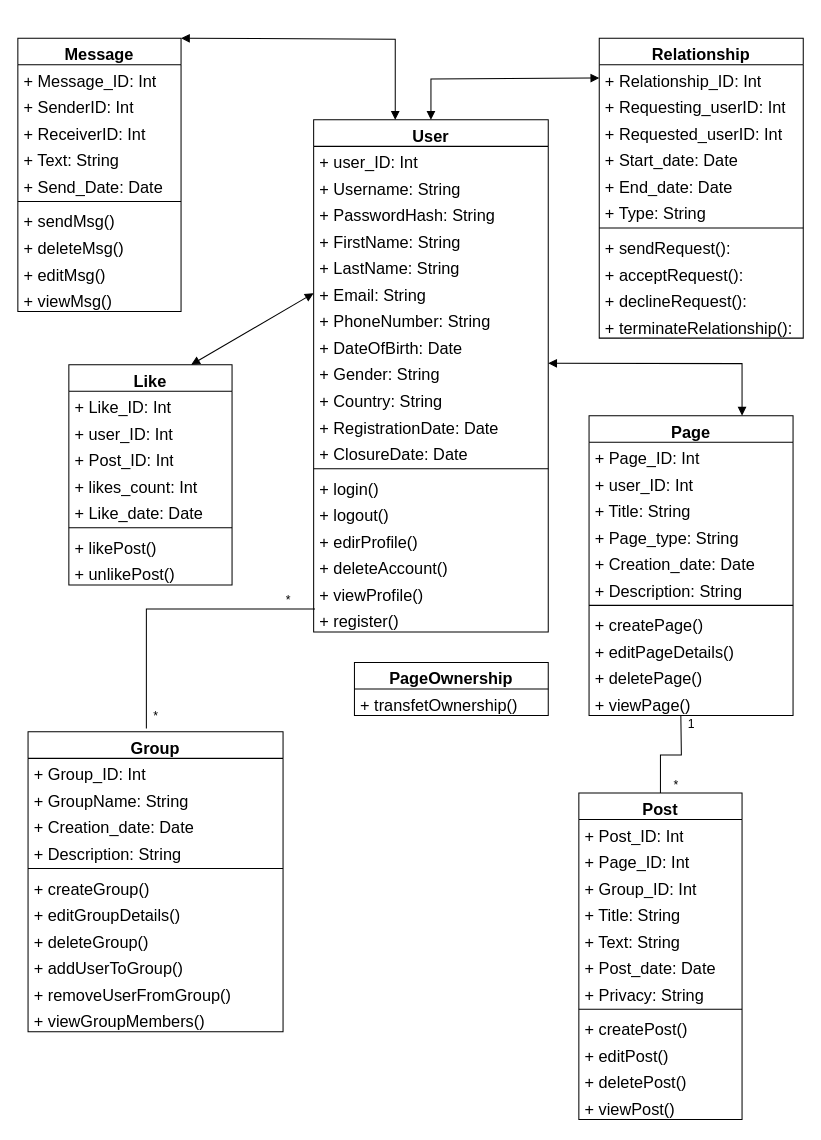
Before: Untitled Diagram.drawio in rihabuu/ztn, a draw.io diagram. Source tidied: cells renumbered, new cells numbered last; positions are measured from the earlier drawing's top-left corner, leaving out a move shared by most shapes. Both pictures are drawn from the tidied source at 102%, with x=0, y=0 at pixel (17, 38).
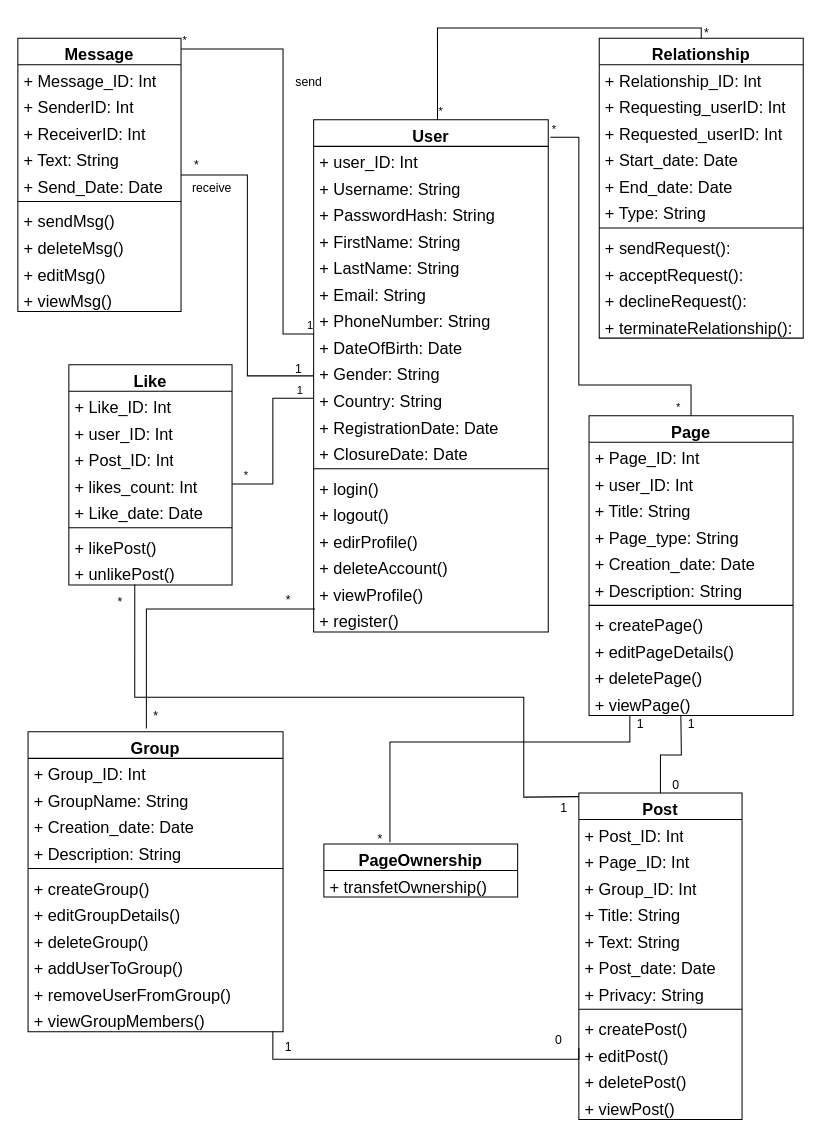
The same page after the edit.

Unchanged cells that the change refers to:
```xml
<mxCell id="2" value="Message" style="swimlane;fontStyle=1;align=center;verticalAlign=top;horizontal=1;startSize=26;whiteSpace=wrap;html=1;fontSize=16;" parent="1" vertex="1">
  <mxGeometry width="160" height="268" as="geometry" />
</mxCell>
<mxCell id="23" value="+ editPost()" style="text;strokeColor=none;fillColor=none;align=left;verticalAlign=top;spacingLeft=4;spacingRight=4;overflow=hidden;points=[[0,0.5],[1,0.5]];portConstraint=eastwest;whiteSpace=wrap;html=1;fontSize=16;" parent="13" vertex="1">
  <mxGeometry y="242" width="160" height="26" as="geometry" />
</mxCell>
<mxCell id="26" value="User" style="swimlane;fontStyle=1;align=center;verticalAlign=top;horizontal=1;startSize=26;whiteSpace=wrap;html=1;fontSize=16;" parent="1" vertex="1">
  <mxGeometry x="290" y="80" width="230" height="502" as="geometry" />
</mxCell>
<mxCell id="32" value="+ Email: String" style="text;strokeColor=none;fillColor=none;align=left;verticalAlign=top;spacingLeft=4;spacingRight=4;overflow=hidden;points=[[0,0.5],[1,0.5]];portConstraint=eastwest;whiteSpace=wrap;html=1;fontSize=16;" parent="26" vertex="1">
  <mxGeometry y="156" width="230" height="26" as="geometry" />
</mxCell>
<mxCell id="36" value="+ Country: String" style="text;strokeColor=none;fillColor=none;align=left;verticalAlign=top;spacingLeft=4;spacingRight=4;overflow=hidden;points=[[0,0.5],[1,0.5]];portConstraint=eastwest;whiteSpace=wrap;html=1;fontSize=16;" parent="26" vertex="1">
  <mxGeometry y="260" width="230" height="26" as="geometry" />
</mxCell>
<mxCell id="48" value="Page" style="swimlane;fontStyle=1;align=center;verticalAlign=top;horizontal=1;startSize=26;whiteSpace=wrap;html=1;fontSize=16;" parent="1" vertex="1">
  <mxGeometry x="560" y="370" width="200" height="294" as="geometry" />
</mxCell>
<mxCell id="60" value="Relationship" style="swimlane;fontStyle=1;align=center;verticalAlign=top;horizontal=1;startSize=26;whiteSpace=wrap;html=1;fontSize=16;" parent="1" vertex="1">
  <mxGeometry x="570" width="200" height="294" as="geometry" />
</mxCell>
<mxCell id="61" value="+ Relationship_ID: Int" style="text;strokeColor=none;fillColor=none;align=left;verticalAlign=top;spacingLeft=4;spacingRight=4;overflow=hidden;points=[[0,0.5],[1,0.5]];portConstraint=eastwest;whiteSpace=wrap;html=1;fontSize=16;" parent="60" vertex="1">
  <mxGeometry y="26" width="200" height="26" as="geometry" />
</mxCell>
<mxCell id="83" value="+ viewGroupMembers()" style="text;strokeColor=none;fillColor=none;align=left;verticalAlign=top;spacingLeft=4;spacingRight=4;overflow=hidden;points=[[0,0.5],[1,0.5]];portConstraint=eastwest;whiteSpace=wrap;html=1;fontSize=16;" parent="72" vertex="1">
  <mxGeometry y="268" width="250" height="26" as="geometry" />
</mxCell>
<mxCell id="84" value="Like" style="swimlane;fontStyle=1;align=center;verticalAlign=top;horizontal=1;startSize=26;whiteSpace=wrap;html=1;fontSize=16;" parent="1" vertex="1">
  <mxGeometry x="50" y="320" width="160" height="216" as="geometry" />
</mxCell>
<mxCell id="88" value="+ likes_count: Int" style="text;strokeColor=none;fillColor=none;align=left;verticalAlign=top;spacingLeft=4;spacingRight=4;overflow=hidden;points=[[0,0.5],[1,0.5]];portConstraint=eastwest;whiteSpace=wrap;html=1;fontSize=16;" parent="84" vertex="1">
  <mxGeometry y="104" width="160" height="26" as="geometry" />
</mxCell>
<mxCell id="92" value="+ unlikePost()" style="text;strokeColor=none;fillColor=none;align=left;verticalAlign=top;spacingLeft=4;spacingRight=4;overflow=hidden;points=[[0,0.5],[1,0.5]];portConstraint=eastwest;whiteSpace=wrap;html=1;fontSize=16;" parent="84" vertex="1">
  <mxGeometry y="190" width="160" height="26" as="geometry" />
</mxCell>
```

The edit, as a diff of the source:
```diff
@@
     <mxCell id="46" value="PageOwnership" style="swimlane;fontStyle=1;align=center;verticalAlign=top;horizontal=1;startSize=26;whiteSpace=wrap;html=1;fontSize=16;" parent="1" vertex="1">
-      <mxGeometry x="330" y="612" width="190" height="52" as="geometry" />
+      <mxGeometry x="300" y="790" width="190" height="52" as="geometry" />
     </mxCell>
@@
-    <mxCell id="93" style="endArrow=block;startArrow=block;endFill=1;startFill=1;html=1;rounded=0;exitX=1;exitY=0;exitDx=0;exitDy=0;" parent="1" edge="1" source="2">
-      <mxGeometry relative="1" as="geometry">
-        <mxPoint x="370" y="80" as="targetPoint" />
-        <Array as="points">
-          <mxPoint x="370" y="1" />
-        </Array>
-      </mxGeometry>
-    </mxCell>
-    <mxCell id="94" style="endArrow=block;startArrow=block;endFill=1;startFill=1;html=1;rounded=0;entryX=0;entryY=0.5;entryDx=0;entryDy=0;exitX=0.5;exitY=0;exitDx=0;exitDy=0;" parent="1" edge="1" source="26" target="61">
-      <mxGeometry relative="1" as="geometry">
-        <Array as="points">
-          <mxPoint x="405" y="40" />
-        </Array>
-      </mxGeometry>
-    </mxCell>
-    <mxCell id="95" style="endArrow=block;startArrow=block;endFill=1;startFill=1;html=1;rounded=0;entryX=0.75;entryY=0;entryDx=0;entryDy=0;" parent="1" edge="1" target="48">
-      <mxGeometry relative="1" as="geometry">
-        <mxPoint x="520" y="318.7" as="sourcePoint" />
-        <Array as="points">
-          <mxPoint x="710" y="319" />
-        </Array>
-      </mxGeometry>
-    </mxCell>
-    <mxCell id="96" style="endArrow=block;startArrow=block;endFill=1;startFill=1;html=1;rounded=0;entryX=0;entryY=0.538;entryDx=0;entryDy=0;entryPerimeter=0;exitX=0.75;exitY=0;exitDx=0;exitDy=0;" parent="1" edge="1" source="84" target="32">
-      <mxGeometry relative="1" as="geometry" />
-    </mxCell>
@@
-    <mxCell id="102" value="*" style="text;html=1;align=center;verticalAlign=middle;strokeColor=none;fillColor=none;" parent="1" vertex="1">
+    <mxCell id="102" value="0" style="text;html=1;align=center;verticalAlign=middle;strokeColor=none;fillColor=none;" parent="1" vertex="1">
       <mxGeometry x="630" y="718" width="30" height="30" as="geometry" />
     </mxCell>
+    <mxCell id="103" style="endArrow=none;html=1;edgeStyle=orthogonalEdgeStyle;rounded=0;" parent="1" edge="1" source="2" target="26">
+      <mxGeometry relative="1" as="geometry" />
+    </mxCell>
+    <mxCell id="104" style="endArrow=none;html=1;edgeStyle=orthogonalEdgeStyle;rounded=0;exitX=1.001;exitY=0.039;exitDx=0;exitDy=0;exitPerimeter=0;" parent="1" edge="1" source="2" target="26">
+      <mxGeometry relative="1" as="geometry">
+        <Array as="points">
+          <mxPoint x="260" y="11" />
+          <mxPoint x="260" y="290" />
+        </Array>
+      </mxGeometry>
+    </mxCell>
+    <mxCell id="105" value="*" style="edgeLabel;html=1;align=left;verticalAlign=bottom;" parent="104" vertex="1">
+      <mxGeometry x="-1" relative="1" as="geometry" />
+    </mxCell>
+    <mxCell id="106" value="1" style="edgeLabel;html=1;align=right;verticalAlign=bottom;" parent="104" vertex="1">
+      <mxGeometry x="1" relative="1" as="geometry" />
+    </mxCell>
+    <mxCell id="107" style="endArrow=none;html=1;edgeStyle=orthogonalEdgeStyle;rounded=0;entryX=0;entryY=0.5;entryDx=0;entryDy=0;exitX=1;exitY=0.5;exitDx=0;exitDy=0;" parent="1" edge="1" source="88" target="36">
+      <mxGeometry relative="1" as="geometry" />
+    </mxCell>
+    <mxCell id="108" value="*" style="edgeLabel;html=1;align=left;verticalAlign=bottom;" parent="107" vertex="1">
+      <mxGeometry x="-1" relative="1" as="geometry">
+        <mxPoint x="10" as="offset" />
+      </mxGeometry>
+    </mxCell>
+    <mxCell id="109" value="1" style="edgeLabel;html=1;align=right;verticalAlign=bottom;" parent="107" vertex="1">
+      <mxGeometry x="1" relative="1" as="geometry">
+        <mxPoint x="-10" as="offset" />
+      </mxGeometry>
+    </mxCell>
+    <mxCell id="110" style="endArrow=none;html=1;edgeStyle=orthogonalEdgeStyle;rounded=0;entryX=0.338;entryY=-0.003;entryDx=0;entryDy=0;entryPerimeter=0;exitX=0.404;exitY=0.985;exitDx=0;exitDy=0;exitPerimeter=0;" parent="1" edge="1" source="92">
+      <mxGeometry relative="1" as="geometry">
+        <mxPoint x="550" y="743.5" as="targetPoint" />
+        <Array as="points">
+          <mxPoint x="115" y="646" />
+          <mxPoint x="496" y="646" />
+          <mxPoint x="496" y="744" />
+          <mxPoint x="500" y="744" />
+        </Array>
+      </mxGeometry>
+    </mxCell>
+    <mxCell id="111" value="*" style="text;html=1;align=center;verticalAlign=middle;strokeColor=none;fillColor=none;" parent="1" vertex="1">
+      <mxGeometry x="160" y="110" width="30" height="30" as="geometry" />
+    </mxCell>
+    <mxCell id="112" value="1" style="text;html=1;align=center;verticalAlign=middle;strokeColor=none;fillColor=none;" parent="1" vertex="1">
+      <mxGeometry x="260" y="310" width="30" height="30" as="geometry" />
+    </mxCell>
+    <mxCell id="113" style="endArrow=none;html=1;edgeStyle=orthogonalEdgeStyle;rounded=0;exitX=0.528;exitY=0;exitDx=0;exitDy=0;exitPerimeter=0;entryX=0.5;entryY=0;entryDx=0;entryDy=0;" parent="1" edge="1" source="26" target="60">
+      <mxGeometry relative="1" as="geometry" />
+    </mxCell>
+    <mxCell id="114" value="*" style="edgeLabel;html=1;align=left;verticalAlign=bottom;" parent="113" vertex="1">
+      <mxGeometry x="-1" relative="1" as="geometry" />
+    </mxCell>
+    <mxCell id="115" value="*" style="text;html=1;align=center;verticalAlign=middle;strokeColor=none;fillColor=none;" parent="1" vertex="1">
+      <mxGeometry x="660" y="-20" width="30" height="30" as="geometry" />
+    </mxCell>
+    <mxCell id="116" style="endArrow=none;html=1;edgeStyle=orthogonalEdgeStyle;rounded=0;entryX=0.5;entryY=0;entryDx=0;entryDy=0;" parent="1" edge="1" target="48">
+      <mxGeometry relative="1" as="geometry">
+        <mxPoint x="522" y="97" as="sourcePoint" />
+        <Array as="points">
+          <mxPoint x="550" y="97" />
+          <mxPoint x="550" y="340" />
+          <mxPoint x="660" y="340" />
+        </Array>
+      </mxGeometry>
+    </mxCell>
+    <mxCell id="117" value="*" style="edgeLabel;html=1;align=left;verticalAlign=bottom;" parent="116" vertex="1">
+      <mxGeometry x="-1" relative="1" as="geometry" />
+    </mxCell>
+    <mxCell id="118" value="*" style="edgeLabel;html=1;align=right;verticalAlign=bottom;" parent="116" vertex="1">
+      <mxGeometry x="1" relative="1" as="geometry">
+        <mxPoint x="-10" as="offset" />
+      </mxGeometry>
+    </mxCell>
+    <mxCell id="119" value="*" style="text;html=1;align=center;verticalAlign=middle;strokeColor=none;fillColor=none;" parent="1" vertex="1">
+      <mxGeometry x="85" y="538" width="30" height="30" as="geometry" />
+    </mxCell>
+    <mxCell id="120" value="1" style="text;html=1;align=center;verticalAlign=middle;strokeColor=none;fillColor=none;" parent="1" vertex="1">
+      <mxGeometry x="520" y="740" width="30" height="30" as="geometry" />
+    </mxCell>
+    <mxCell id="121" style="endArrow=none;html=1;edgeStyle=orthogonalEdgeStyle;rounded=0;exitX=0.341;exitY=-0.034;exitDx=0;exitDy=0;exitPerimeter=0;" parent="1" edge="1" source="46">
+      <mxGeometry relative="1" as="geometry">
+        <mxPoint x="600" y="664" as="targetPoint" />
+        <Array as="points">
+          <mxPoint x="365" y="690" />
+          <mxPoint x="600" y="690" />
+        </Array>
+      </mxGeometry>
+    </mxCell>
+    <mxCell id="122" value="*" style="text;html=1;align=center;verticalAlign=middle;strokeColor=none;fillColor=none;" parent="1" vertex="1">
+      <mxGeometry x="340" y="770" width="30" height="30" as="geometry" />
+    </mxCell>
+    <mxCell id="123" value="1" style="text;html=1;align=center;verticalAlign=middle;strokeColor=none;fillColor=none;" parent="1" vertex="1">
+      <mxGeometry x="595" y="658" width="30" height="30" as="geometry" />
+    </mxCell>
+    <mxCell id="124" style="endArrow=none;html=1;edgeStyle=orthogonalEdgeStyle;rounded=0;entryX=-0.001;entryY=0.745;entryDx=0;entryDy=0;entryPerimeter=0;exitX=0.96;exitY=0.995;exitDx=0;exitDy=0;exitPerimeter=0;" parent="1" edge="1" source="83" target="23">
+      <mxGeometry relative="1" as="geometry">
+        <Array as="points">
+          <mxPoint x="250" y="1001" />
+          <mxPoint x="550" y="1001" />
+          <mxPoint x="550" y="990" />
+          <mxPoint x="550" y="990" />
+        </Array>
+      </mxGeometry>
+    </mxCell>
+    <mxCell id="125" value="0" style="text;html=1;align=center;verticalAlign=middle;strokeColor=none;fillColor=none;" parent="1" vertex="1">
+      <mxGeometry x="515" y="968" width="30" height="30" as="geometry" />
+    </mxCell>
+    <mxCell id="126" value="1" style="text;html=1;align=center;verticalAlign=middle;strokeColor=none;fillColor=none;" parent="1" vertex="1">
+      <mxGeometry x="250" y="974" width="30" height="30" as="geometry" />
+    </mxCell>
+    <mxCell id="127" value="send" style="text;html=1;align=center;verticalAlign=middle;strokeColor=none;fillColor=none;rotation=0;" parent="1" vertex="1">
+      <mxGeometry x="260" y="28" width="50" height="30" as="geometry" />
+    </mxCell>
+    <mxCell id="128" value="receive" style="text;html=1;align=center;verticalAlign=middle;strokeColor=none;fillColor=none;" parent="1" vertex="1">
+      <mxGeometry x="160" y="132" width="60" height="30" as="geometry" />
+    </mxCell>
```
